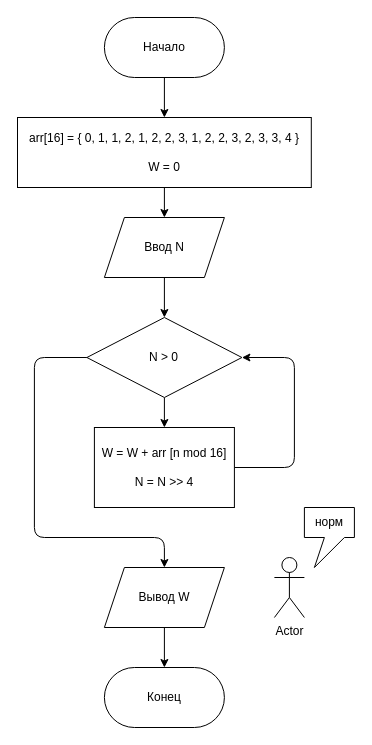
The draw.io diagram Turlikov/count_ones/docs/small_array.drawio in potat-dev/cpplabs, before the edit. Source tidied: cells renumbered, new cells numbered last; positions are measured from the earlier drawing's top-left corner, leaving out a move shared by most shapes. Both pictures are drawn from the tidied source at 100%, with x=0, y=0 at pixel (17, 17).
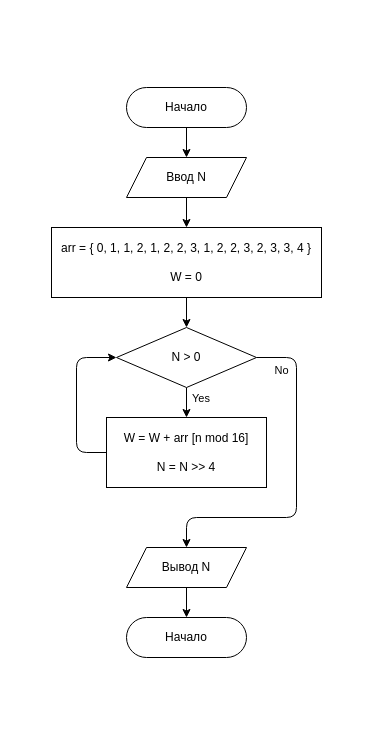
Above is the later version.

Commit message (it also covers changes not shown here):
drawio block diagrams corrected

The edit, as a diff of the source:
```diff
@@
-    <mxCell id="2" style="edgeStyle=none;html=1;" parent="1" edge="1" source="3" target="17">
-      <mxGeometry relative="1" as="geometry" />
-    </mxCell>
-    <mxCell id="3" value="Начало" style="rounded=1;whiteSpace=wrap;html=1;arcSize=50;" parent="1" vertex="1">
-      <mxGeometry x="86.9" width="120" height="60" as="geometry" />
-    </mxCell>
-    <mxCell id="4" style="edgeStyle=none;html=1;fontFamily=Helvetica;fontSize=12;fontColor=default;" parent="1" edge="1" source="5" target="8">
-      <mxGeometry relative="1" as="geometry" />
-    </mxCell>
+    <mxCell id="18" style="edgeStyle=none;html=1;" parent="1" edge="1" source="19" target="5">
+      <mxGeometry relative="1" as="geometry" />
+    </mxCell>
+    <mxCell id="19" value="Начало" style="rounded=1;whiteSpace=wrap;html=1;arcSize=50;" parent="1" vertex="1">
+      <mxGeometry x="109" y="70" width="120" height="40" as="geometry" />
+    </mxCell>
+    <mxCell id="20" style="edgeStyle=none;html=1;" parent="1" edge="1" source="5" target="22">
+      <mxGeometry relative="1" as="geometry" />
+    </mxCell>
     <mxCell id="5" value="Ввод N" style="shape=parallelogram;perimeter=parallelogramPerimeter;whiteSpace=wrap;html=1;fixedSize=1;" parent="1" vertex="1">
-      <mxGeometry x="86.9" y="200" width="120" height="60" as="geometry" />
+      <mxGeometry x="109" y="140" width="120" height="40" as="geometry" />
     </mxCell>
+    <mxCell id="21" style="edgeStyle=none;html=1;" parent="1" edge="1" source="22" target="8">
+      <mxGeometry relative="1" as="geometry" />
+    </mxCell>
+    <mxCell id="22" value="&lt;div&gt;arr =&amp;nbsp;{&amp;nbsp;0, 1, 1, 2, 1, 2, 2, 3,&amp;nbsp;1, 2, 2, 3, 2, 3, 3, 4 }&lt;/div&gt;&lt;div&gt;&lt;br&gt;&lt;/div&gt;&lt;div&gt;W = 0&lt;br&gt;&lt;/div&gt;" style="rounded=0;whiteSpace=wrap;html=1;" parent="1" vertex="1">
+      <mxGeometry x="34" y="210" width="270" height="70" as="geometry" />
+    </mxCell>
-    <mxCell id="6" style="edgeStyle=none;html=1;" parent="1" edge="1" source="8" target="10">
+    <mxCell id="6" style="edgeStyle=none;html=1;exitX=0.5;exitY=1;exitDx=0;exitDy=0;entryX=0.5;entryY=0;entryDx=0;entryDy=0;" parent="1" edge="1" source="8" target="10">
       <mxGeometry relative="1" as="geometry" />
     </mxCell>
-    <mxCell id="7" style="edgeStyle=none;html=1;exitX=0;exitY=0.5;exitDx=0;exitDy=0;entryX=0.5;entryY=0;entryDx=0;entryDy=0;" parent="1" edge="1" source="8" target="13">
-      <mxGeometry relative="1" as="geometry">
-        <Array as="points">
-          <mxPoint x="16.9" y="340" />
-          <mxPoint x="16.9" y="520" />
-          <mxPoint x="146.9" y="520" />
-        </Array>
-      </mxGeometry>
-    </mxCell>
+    <mxCell id="23" value="Yes" style="edgeLabel;html=1;align=left;verticalAlign=middle;" parent="6" vertex="1">
+      <mxGeometry x="-0.15" relative="1" as="geometry">
+        <mxPoint x="4" y="-3" as="offset" />
+      </mxGeometry>
+    </mxCell>
+    <mxCell id="24" style="edgeStyle=none;html=1;exitX=1;exitY=0.5;exitDx=0;exitDy=0;entryX=0.5;entryY=0;entryDx=0;entryDy=0;" parent="1" edge="1" source="8" target="27">
+      <mxGeometry relative="1" as="geometry">
+        <Array as="points">
+          <mxPoint x="279" y="340" />
+          <mxPoint x="279" y="500" />
+          <mxPoint x="169" y="500" />
+        </Array>
+      </mxGeometry>
+    </mxCell>
+    <mxCell id="25" value="No" style="edgeLabel;html=1;align=center;verticalAlign=top;" parent="24" vertex="1">
+      <mxGeometry x="-0.85" y="1" relative="1" as="geometry">
+        <mxPoint x="-2" y="1" as="offset" />
+      </mxGeometry>
+    </mxCell>
     <mxCell id="8" value="N &amp;gt; 0" style="rhombus;whiteSpace=wrap;html=1;" parent="1" vertex="1">
-      <mxGeometry x="69.4" y="300" width="155" height="80" as="geometry" />
+      <mxGeometry x="99" y="310" width="140" height="60" as="geometry" />
     </mxCell>
-    <mxCell id="9" style="edgeStyle=none;html=1;exitX=1;exitY=0.5;exitDx=0;exitDy=0;entryX=1;entryY=0.5;entryDx=0;entryDy=0;" parent="1" edge="1" source="10" target="8">
+    <mxCell id="9" style="edgeStyle=none;html=1;exitX=0;exitY=0.5;exitDx=0;exitDy=0;entryX=0;entryY=0.5;entryDx=0;entryDy=0;" parent="1" edge="1" source="10" target="8">
       <mxGeometry relative="1" as="geometry">
         <Array as="points">
-          <mxPoint x="276.9" y="450" />
-          <mxPoint x="276.9" y="340" />
+          <mxPoint x="59" y="435" />
+          <mxPoint x="59" y="340" />
         </Array>
       </mxGeometry>
     </mxCell>
-    <mxCell id="10" value="W = W + arr [n mod 16]&lt;br&gt;&lt;br&gt;N = N &amp;gt;&amp;gt; 4" style="rounded=0;whiteSpace=wrap;html=1;" parent="1" vertex="1">
-      <mxGeometry x="76.9" y="410" width="140" height="80" as="geometry" />
+    <mxCell id="10" value="&lt;span&gt;W = W + arr [n mod 16]&lt;/span&gt;&lt;br&gt;&lt;br&gt;&lt;span&gt;N = N &amp;gt;&amp;gt; 4&lt;/span&gt;" style="rounded=0;whiteSpace=wrap;html=1;" parent="1" vertex="1">
+      <mxGeometry x="89" y="400" width="160" height="70" as="geometry" />
     </mxCell>
-    <mxCell id="11" value="Конец" style="rounded=1;whiteSpace=wrap;html=1;arcSize=50;" parent="1" vertex="1">
-      <mxGeometry x="86.9" y="650" width="120" height="60" as="geometry" />
-    </mxCell>
-    <mxCell id="12" style="edgeStyle=none;html=1;" parent="1" edge="1" source="13" target="11">
-      <mxGeometry relative="1" as="geometry" />
-    </mxCell>
-    <mxCell id="13" value="Вывод W" style="shape=parallelogram;perimeter=parallelogramPerimeter;whiteSpace=wrap;html=1;fixedSize=1;" parent="1" vertex="1">
-      <mxGeometry x="86.9" y="550" width="120" height="60" as="geometry" />
-    </mxCell>
-    <mxCell id="14" value="Actor" style="shape=umlActor;verticalLabelPosition=bottom;verticalAlign=top;html=1;" parent="1" vertex="1">
-      <mxGeometry x="256.9" y="540" width="30" height="60" as="geometry" />
-    </mxCell>
-    <mxCell id="15" value="норм" style="shape=callout;whiteSpace=wrap;html=1;perimeter=calloutPerimeter;position2=0.2;size=30;position=0.4;" parent="1" vertex="1">
-      <mxGeometry x="286.9" y="490" width="50" height="60" as="geometry" />
-    </mxCell>
-    <mxCell id="16" style="edgeStyle=none;html=1;fontFamily=Helvetica;fontSize=12;fontColor=default;" parent="1" edge="1" source="17" target="5">
-      <mxGeometry relative="1" as="geometry" />
-    </mxCell>
-    <mxCell id="17" value="&lt;div&gt;arr[16] =&amp;nbsp;&lt;span&gt;{&amp;nbsp;&lt;/span&gt;&lt;span&gt;0, 1, 1, 2, 1, 2, 2, 3,&amp;nbsp;&lt;/span&gt;&lt;span&gt;1, 2, 2, 3, 2, 3, 3, 4 }&lt;/span&gt;&lt;/div&gt;&lt;div&gt;&lt;span&gt;&lt;br&gt;&lt;/span&gt;&lt;/div&gt;&lt;div&gt;&lt;span&gt;W = 0&lt;/span&gt;&lt;/div&gt;" style="rounded=0;whiteSpace=wrap;html=1;" parent="1" vertex="1">
-      <mxGeometry y="100" width="293.8" height="70" as="geometry" />
-    </mxCell>
+    <mxCell id="26" style="edgeStyle=none;html=1;" parent="1" edge="1" source="27" target="28">
+      <mxGeometry relative="1" as="geometry" />
+    </mxCell>
+    <mxCell id="27" value="Вывод N" style="shape=parallelogram;perimeter=parallelogramPerimeter;whiteSpace=wrap;html=1;fixedSize=1;" parent="1" vertex="1">
+      <mxGeometry x="109" y="530" width="120" height="40" as="geometry" />
+    </mxCell>
+    <mxCell id="28" value="Начало" style="rounded=1;whiteSpace=wrap;html=1;arcSize=50;" parent="1" vertex="1">
+      <mxGeometry x="109" y="600" width="120" height="40" as="geometry" />
+    </mxCell>
```
